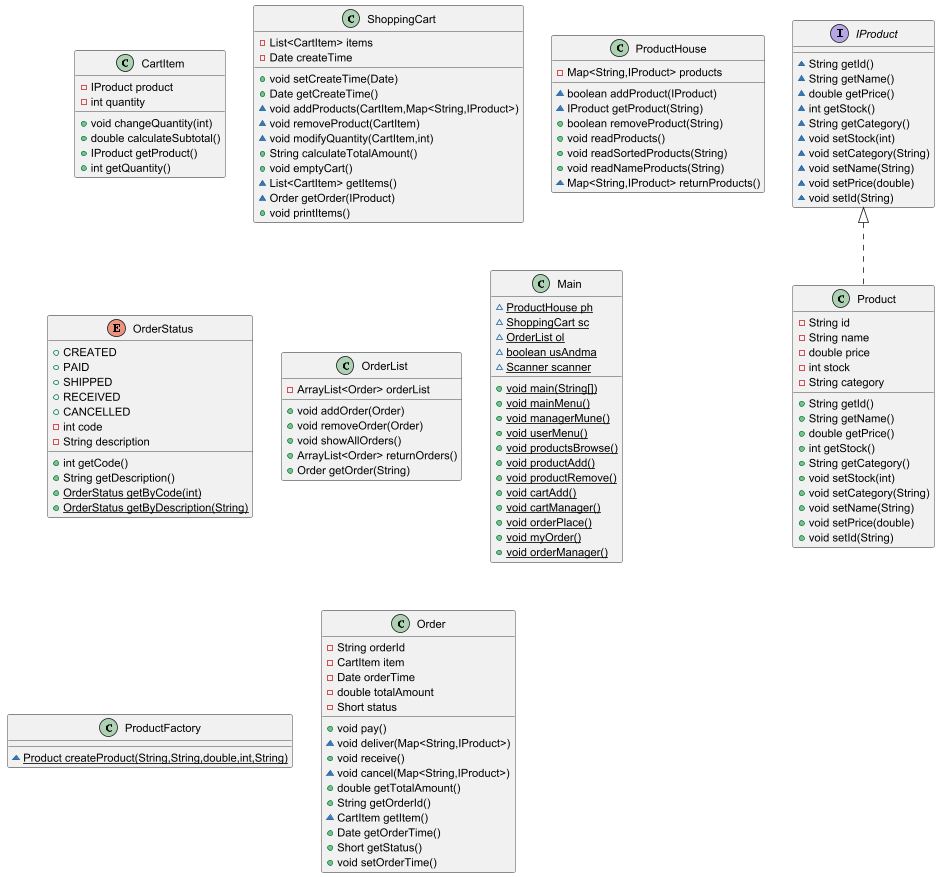
Before: image/myUML.png, a diagram exported from PlantUML (menghuiwangui/JavaOOPprojects).
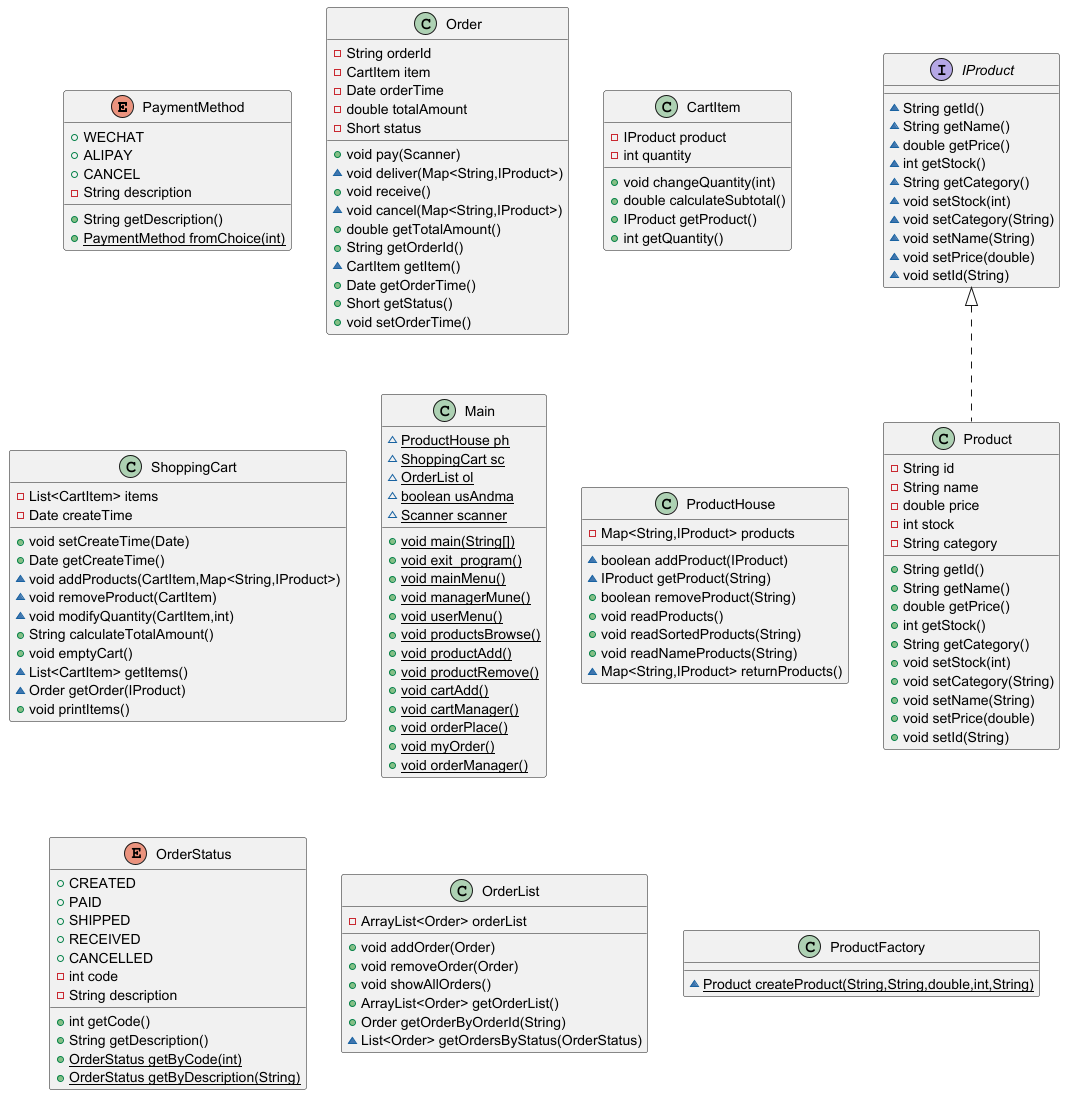
The same diagram one commit later.

The edit, as a diff of the source:
```diff
@@ -1,4 +1,33 @@
 @startuml
+enum PaymentMethod {
++  WECHAT
++  ALIPAY
++  CANCEL
+- String description
++ String getDescription()
++ {static} PaymentMethod fromChoice(int)
+}
+
+
+class Order {
+- String orderId
+- CartItem item
+- Date orderTime
+- double totalAmount
+- Short status
++ void pay(Scanner)
+~ void deliver(Map<String,IProduct>)
++ void receive()
+~ void cancel(Map<String,IProduct>)
++ double getTotalAmount()
++ String getOrderId()
+~ CartItem getItem()
++ Date getOrderTime()
++ Short getStatus()
++ void setOrderTime()
+}
+
+
 class CartItem {
 - IProduct product
 - int quantity
@@ -22,6 +51,28 @@
 ~ List<CartItem> getItems()
 ~ Order getOrder(IProduct)
 + void printItems()
+}
+
+
+class Main {
+~ {static} ProductHouse ph
+~ {static} ShoppingCart sc
+~ {static} OrderList ol
+~ {static} boolean usAndma
+~ {static} Scanner scanner
++ {static} void main(String[])
++ {static} void exit_program()
++ {static} void mainMenu()
++ {static} void managerMune()
++ {static} void userMenu()
++ {static} void productsBrowse()
++ {static} void productAdd()
++ {static} void productRemove()
++ {static} void cartAdd()
++ {static} void cartManager()
++ {static} void orderPlace()
++ {static} void myOrder()
++ {static} void orderManager()
 }
 
 
@@ -57,29 +108,9 @@
 + void addOrder(Order)
 + void removeOrder(Order)
 + void showAllOrders()
-+ ArrayList<Order> returnOrders()
-+ Order getOrder(String)
-}
-
-
-class Main {
-~ {static} ProductHouse ph
-~ {static} ShoppingCart sc
-~ {static} OrderList ol
-~ {static} boolean usAndma
-~ {static} Scanner scanner
-+ {static} void main(String[])
-+ {static} void mainMenu()
-+ {static} void managerMune()
-+ {static} void userMenu()
-+ {static} void productsBrowse()
-+ {static} void productAdd()
-+ {static} void productRemove()
-+ {static} void cartAdd()
-+ {static} void cartManager()
-+ {static} void orderPlace()
-+ {static} void myOrder()
-+ {static} void orderManager()
++ ArrayList<Order> getOrderList()
++ Order getOrderByOrderId(String)
+~ List<Order> getOrdersByStatus(OrderStatus)
 }
 
 
@@ -119,25 +150,6 @@
 ~ {static} Product createProduct(String,String,double,int,String)
 }
 
-class Order {
-- String orderId
-- CartItem item
-- Date orderTime
-- double totalAmount
-- Short status
-+ void pay()
-~ void deliver(Map<String,IProduct>)
-+ void receive()
-~ void cancel(Map<String,IProduct>)
-+ double getTotalAmount()
-+ String getOrderId()
-~ CartItem getItem()
-+ Date getOrderTime()
-+ Short getStatus()
-+ void setOrderTime()
-}
-
-
 
 
 IProduct <|.. Product
```
